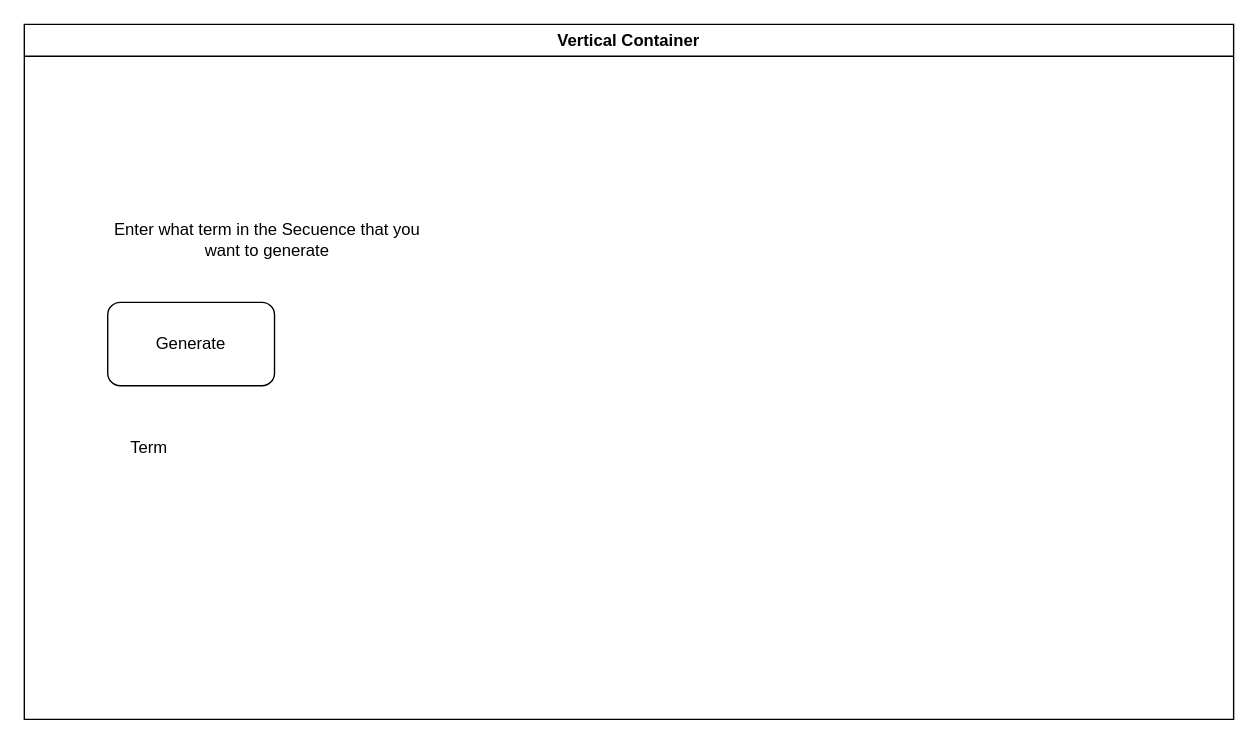
Before: design/storyboard.drawio in MTHS-ICD2O-1-2023/ICD2O-Assignment-05-Adam-Batiuk, a draw.io diagram. Source tidied: cells renumbered, new cells numbered last; positions are measured from the earlier drawing's top-left corner, leaving out a move shared by most shapes. Both pictures are drawn from the tidied source at 139%, with x=0, y=0 at pixel (24, 24).
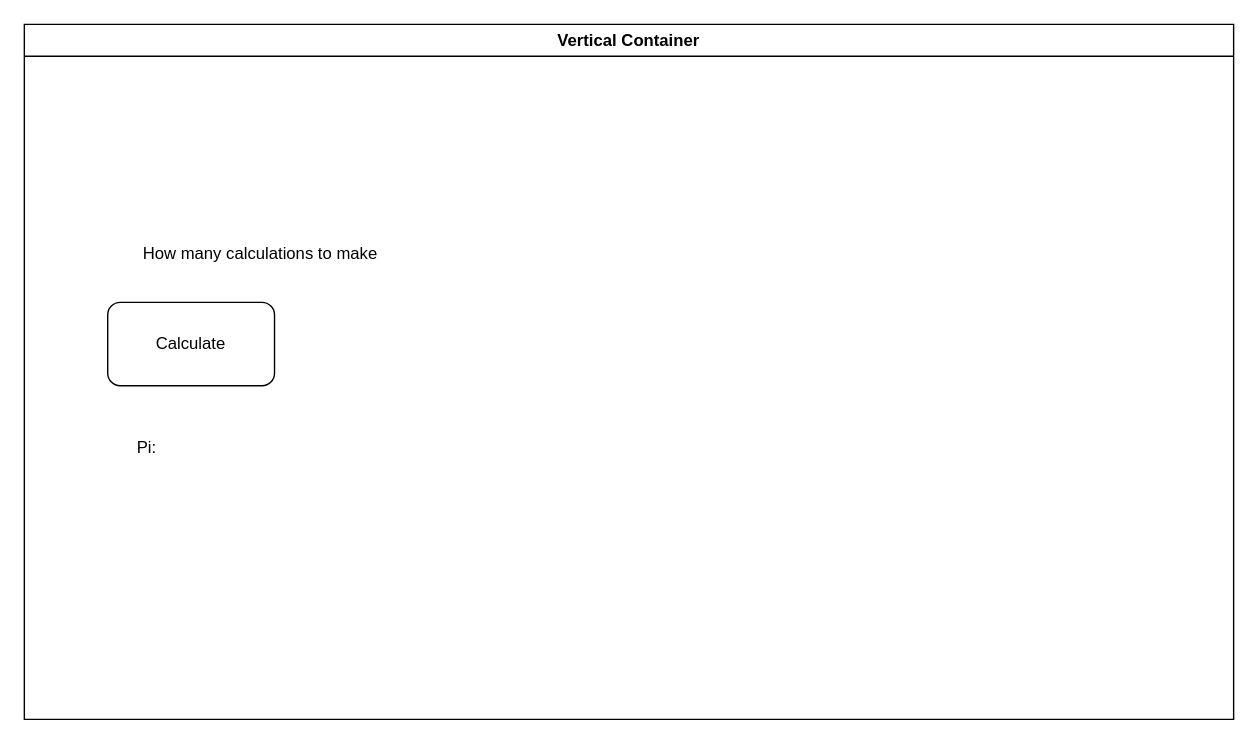
The same page after the edit.

Diff of the diagram source:
```diff
@@
 <mxGraphModel>
   <root>
     <mxCell id="0" />
     <mxCell id="1" parent="0" />
     <mxCell id="2" value="Vertical Container" style="swimlane;whiteSpace=wrap;html=1;" parent="1" vertex="1">
       <mxGeometry width="870" height="500" as="geometry" />
     </mxCell>
-    <mxCell id="3" value="Enter what term in the Secuence that you want to generate" style="text;html=1;strokeColor=none;fillColor=none;align=center;verticalAlign=middle;whiteSpace=wrap;rounded=0;" parent="2" vertex="1">
-      <mxGeometry x="60" y="140" width="230" height="30" as="geometry" />
+    <mxCell id="3" value="How many calculations to make" style="text;html=1;strokeColor=none;fillColor=none;align=center;verticalAlign=middle;whiteSpace=wrap;rounded=0;" parent="2" vertex="1">
+      <mxGeometry x="55" y="150" width="230" height="30" as="geometry" />
     </mxCell>
-    <mxCell id="4" value="Generate" style="rounded=1;whiteSpace=wrap;html=1;" parent="2" vertex="1">
+    <mxCell id="4" value="Calculate" style="rounded=1;whiteSpace=wrap;html=1;" parent="2" vertex="1">
       <mxGeometry x="60" y="200" width="120" height="60" as="geometry" />
     </mxCell>
-    <mxCell id="5" value="Term" style="text;html=1;strokeColor=none;fillColor=none;align=center;verticalAlign=middle;whiteSpace=wrap;rounded=0;" parent="2" vertex="1">
+    <mxCell id="5" value="Pi:&amp;nbsp;" style="text;html=1;strokeColor=none;fillColor=none;align=center;verticalAlign=middle;whiteSpace=wrap;rounded=0;" parent="2" vertex="1">
       <mxGeometry x="60" y="290" width="60" height="30" as="geometry" />
     </mxCell>
   </root>
 </mxGraphModel>
```
